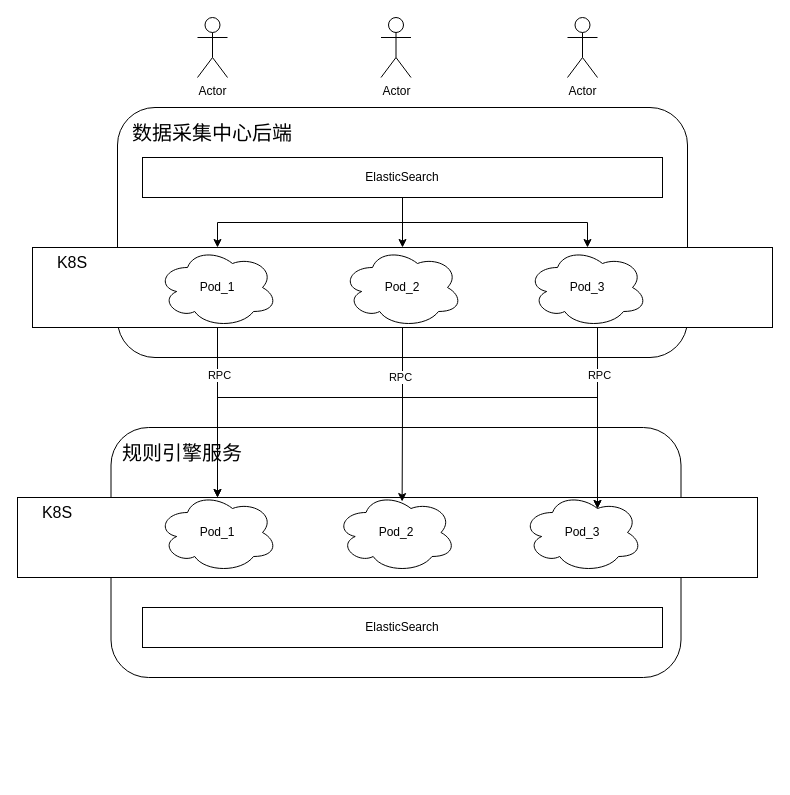
Above: 数据采集中心-测试校验.drawio in shaozc3g/draw_io (draw.io), before the change. Source tidied: cells renumbered, new cells numbered last; positions are measured from the earlier drawing's top-left corner, leaving out a move shared by most shapes. Both pictures are drawn from the tidied source at 100%, with x=0, y=0 at pixel (17, 17).
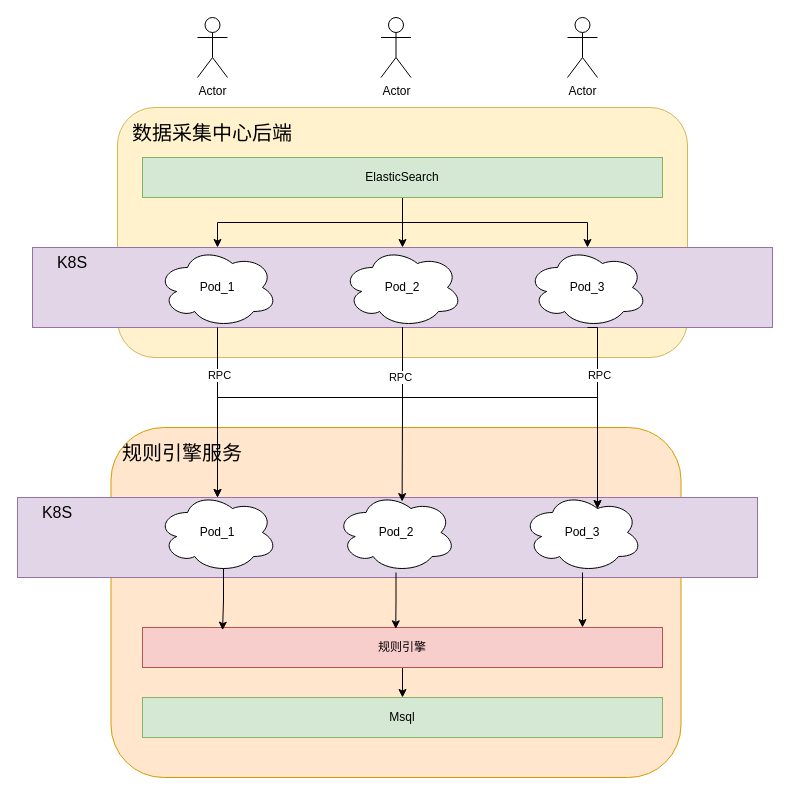
The same page after the edit.

Commit message:
更新数据采集中心-测试校验.drawio

The change refers to these unchanged cells:
```xml
<mxCell id="19" value="Pod_1" style="ellipse;shape=cloud;whiteSpace=wrap;html=1;" parent="1" vertex="1">
  <mxGeometry x="140" y="475" width="120" height="80" as="geometry" />
</mxCell>
<mxCell id="20" value="Pod_2" style="ellipse;shape=cloud;whiteSpace=wrap;html=1;" parent="1" vertex="1">
  <mxGeometry x="318.5" y="475" width="120" height="80" as="geometry" />
</mxCell>
<mxCell id="21" value="Pod_3" style="ellipse;shape=cloud;whiteSpace=wrap;html=1;" parent="1" vertex="1">
  <mxGeometry x="505" y="475" width="120" height="80" as="geometry" />
</mxCell>
```

The edit, as a diff of the source:
```diff
@@
-    <mxCell id="2" style="rounded=1;whiteSpace=wrap;html=1;" parent="1" vertex="1">
+    <mxCell id="2" style="rounded=1;whiteSpace=wrap;html=1;fillColor=#fff2cc;strokeColor=#d6b656;" parent="1" vertex="1">
       <mxGeometry x="100" y="90" width="570" height="250" as="geometry" />
     </mxCell>
-    <mxCell id="3" style="rounded=0;whiteSpace=wrap;html=1;" parent="1" vertex="1">
+    <mxCell id="3" style="rounded=0;whiteSpace=wrap;html=1;fillColor=#e1d5e7;strokeColor=#9673a6;" parent="1" vertex="1">
       <mxGeometry x="15" y="230" width="740" height="80" as="geometry" />
     </mxCell>
@@
-    <mxCell id="11" value="ElasticSearch" style="rounded=0;whiteSpace=wrap;html=1;" parent="1" vertex="1">
+    <mxCell id="11" value="ElasticSearch" style="rounded=0;whiteSpace=wrap;html=1;fillColor=#d5e8d4;strokeColor=#82b366;" parent="1" vertex="1">
       <mxGeometry x="125" y="140" width="520" height="40" as="geometry" />
     </mxCell>
@@
-    <mxCell id="16" style="rounded=1;whiteSpace=wrap;html=1;" parent="1" vertex="1">
-      <mxGeometry x="93.5" y="410" width="570" height="250" as="geometry" />
+    <mxCell id="16" style="rounded=1;whiteSpace=wrap;html=1;fillColor=#ffe6cc;strokeColor=#d79b00;" parent="1" vertex="1">
+      <mxGeometry x="93.5" y="410" width="570" height="350" as="geometry" />
     </mxCell>
-    <mxCell id="17" style="rounded=0;whiteSpace=wrap;html=1;" parent="1" vertex="1">
+    <mxCell id="17" style="rounded=0;whiteSpace=wrap;html=1;fillColor=#e1d5e7;strokeColor=#9673a6;" parent="1" vertex="1">
       <mxGeometry y="480" width="740" height="80" as="geometry" />
     </mxCell>
@@
-    <mxCell id="31" value="ElasticSearch" style="rounded=0;whiteSpace=wrap;html=1;" parent="1" vertex="1">
-      <mxGeometry x="125" y="590" width="520" height="40" as="geometry" />
+    <mxCell id="31" value="Msql" style="rounded=0;whiteSpace=wrap;html=1;fillColor=#d5e8d4;strokeColor=#82b366;" parent="1" vertex="1">
+      <mxGeometry x="125" y="680" width="520" height="40" as="geometry" />
     </mxCell>
+    <mxCell id="32" style="edgeStyle=orthogonalEdgeStyle;rounded=0;jettySize=auto;html=1;" parent="1" edge="1" source="33" target="31">
+      <mxGeometry relative="1" as="geometry" />
+    </mxCell>
+    <mxCell id="33" value="规则引擎" style="rounded=0;whiteSpace=wrap;html=1;fillColor=#f8cecc;strokeColor=#b85450;" parent="1" vertex="1">
+      <mxGeometry x="125" y="610" width="520" height="40" as="geometry" />
+    </mxCell>
+    <mxCell id="34" style="edgeStyle=orthogonalEdgeStyle;rounded=0;jettySize=auto;html=1;exitX=0.55;exitY=0.95;exitDx=0;exitDy=0;exitPerimeter=0;entryX=0.154;entryY=0.067;entryDx=0;entryDy=0;entryPerimeter=0;" parent="1" edge="1" source="19" target="33">
+      <mxGeometry relative="1" as="geometry" />
+    </mxCell>
+    <mxCell id="35" style="edgeStyle=orthogonalEdgeStyle;rounded=0;jettySize=auto;html=1;entryX=0.487;entryY=0.033;entryDx=0;entryDy=0;entryPerimeter=0;" parent="1" edge="1" source="20" target="33">
+      <mxGeometry relative="1" as="geometry" />
+    </mxCell>
+    <mxCell id="36" style="edgeStyle=orthogonalEdgeStyle;rounded=0;jettySize=auto;html=1;" parent="1" edge="1" source="21">
+      <mxGeometry relative="1" as="geometry">
+        <mxPoint x="565" y="610" as="targetPoint" />
+      </mxGeometry>
+    </mxCell>
```
